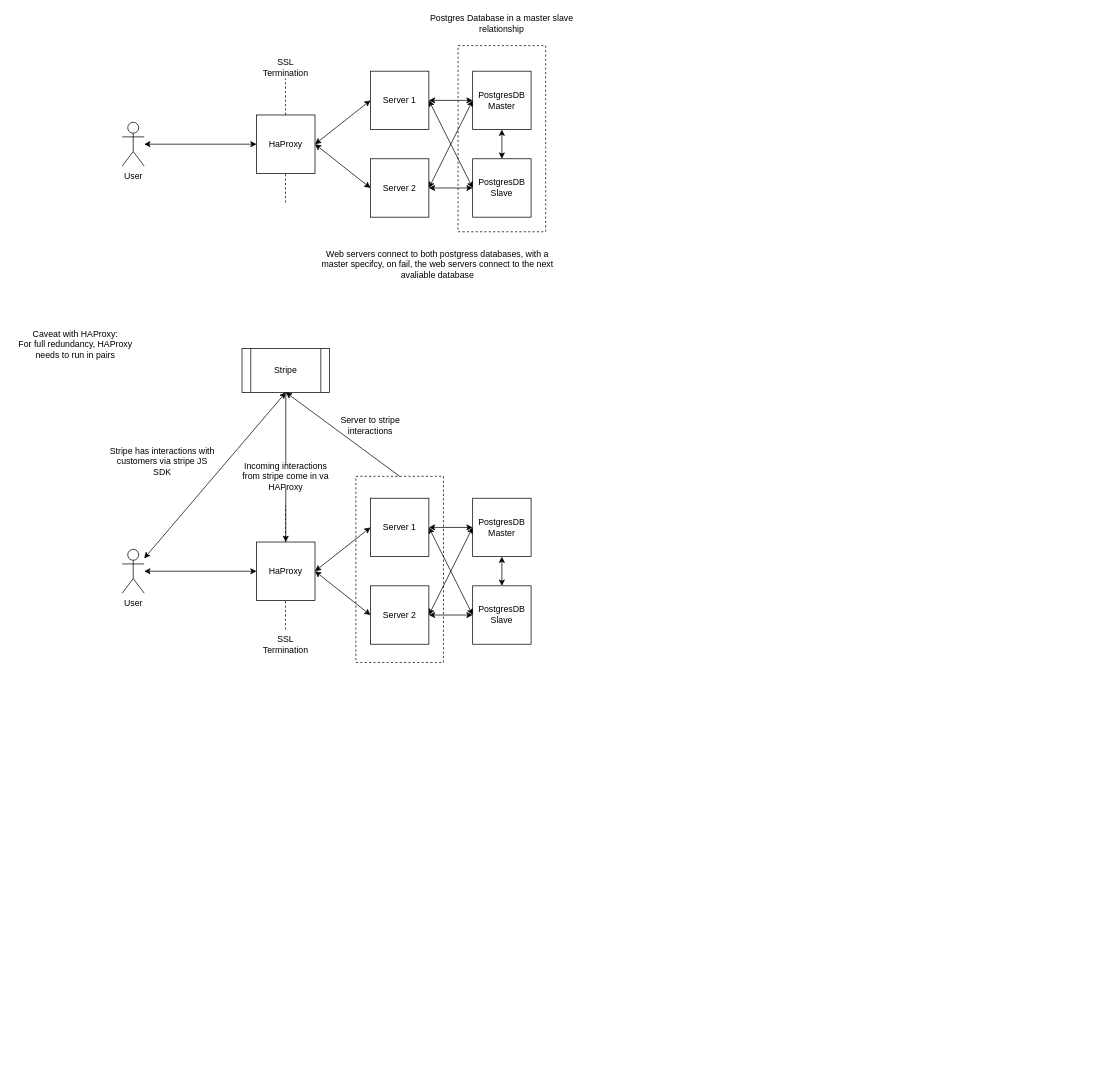
Before: non-app-related/diagrams/Drawio-diagrams.drawio in TidalCub/Alpaca-Cafe, a draw.io diagram. Source tidied: cells renumbered, new cells numbered last; positions are measured from the earlier drawing's top-left corner, leaving out a move shared by most shapes. Both pictures are drawn from the tidied source at 73%, with x=0, y=0 at pixel (12, 12).
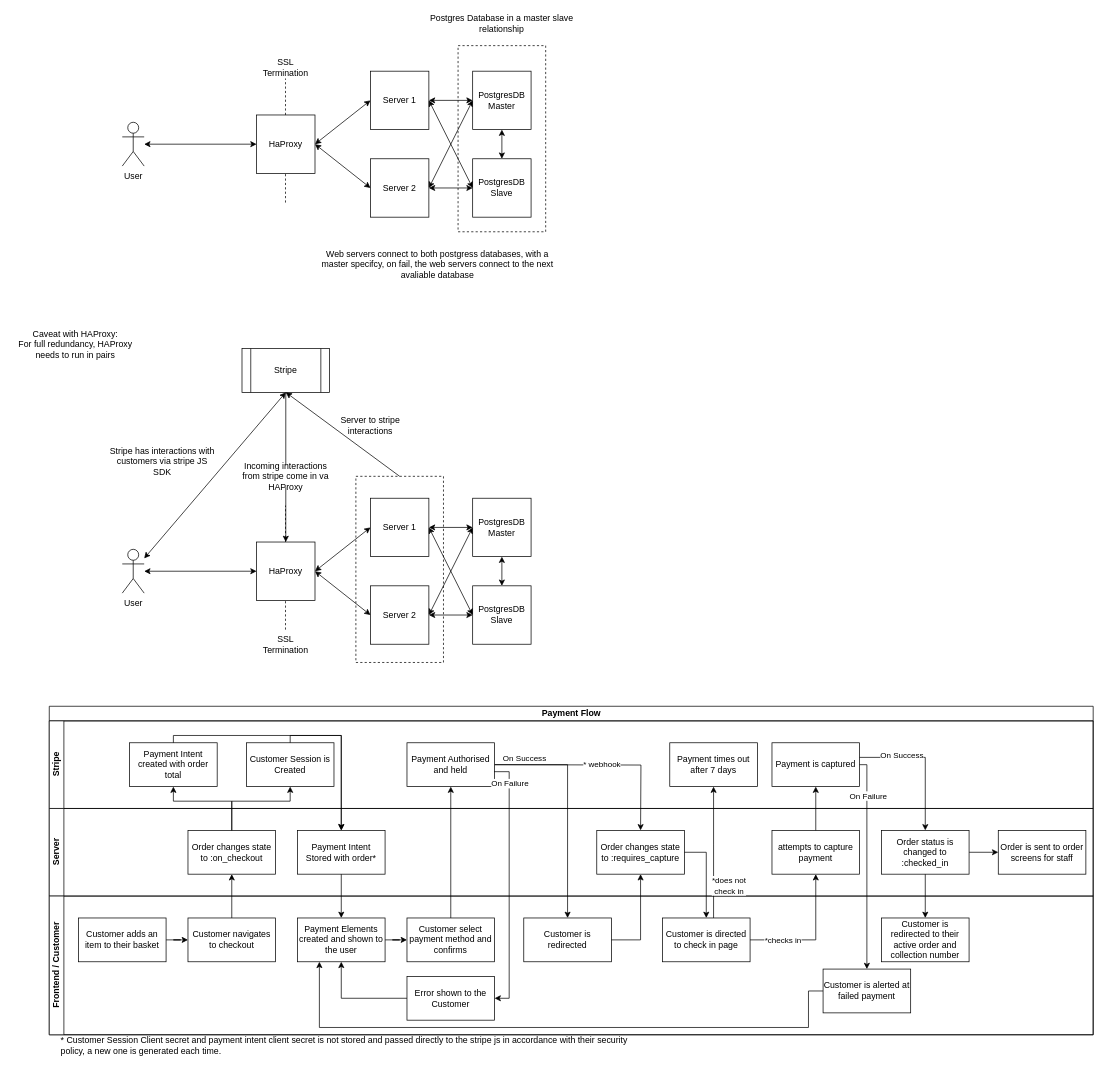
The same page after the edit.

The edit, as a diff of the source:
```diff
@@
+    <mxCell id="47" value="Payment Flow" style="swimlane;horizontal=1;startSize=20;html=1;" parent="1" vertex="1">
+      <mxGeometry x="50" y="950" width="1430" height="450" as="geometry" />
+    </mxCell>
+    <mxCell id="48" style="edgeStyle=orthogonalEdgeStyle;rounded=0;orthogonalLoop=1;jettySize=auto;html=1;entryX=0.5;entryY=0;entryDx=0;entryDy=0;" parent="47" edge="1">
+      <mxGeometry relative="1" as="geometry">
+        <mxPoint x="610" y="80" as="sourcePoint" />
+        <mxPoint x="810" y="170" as="targetPoint" />
+      </mxGeometry>
+    </mxCell>
+    <mxCell id="49" value="* webhook" style="edgeLabel;html=1;align=center;verticalAlign=middle;" parent="48" vertex="1">
+      <mxGeometry x="0.01" y="1" relative="1" as="geometry" />
+    </mxCell>
+    <mxCell id="50" value="Stripe" style="swimlane;startSize=20;horizontal=0;html=1;" parent="47" vertex="1">
+      <mxGeometry y="20" width="1430" height="120" as="geometry" />
+    </mxCell>
+    <mxCell id="51" value="Payment Intent created with order total" style="whiteSpace=wrap;html=1;rounded=0;" parent="50" vertex="1">
+      <mxGeometry x="110" y="30" width="120" height="60" as="geometry" />
+    </mxCell>
+    <mxCell id="52" value="Customer Session is Created" style="whiteSpace=wrap;html=1;rounded=0;" parent="50" vertex="1">
+      <mxGeometry x="270" y="30" width="120" height="60" as="geometry" />
+    </mxCell>
+    <mxCell id="53" value="Payment Authorised and held" style="whiteSpace=wrap;html=1;rounded=0;" parent="50" vertex="1">
+      <mxGeometry x="490" y="30" width="120" height="60" as="geometry" />
+    </mxCell>
+    <mxCell id="54" value="Payment times out after 7 days" style="rounded=0;whiteSpace=wrap;html=1;" parent="50" vertex="1">
+      <mxGeometry x="850" y="30" width="120" height="60" as="geometry" />
+    </mxCell>
+    <mxCell id="55" value="Payment is captured" style="whiteSpace=wrap;html=1;rounded=0;" parent="50" vertex="1">
+      <mxGeometry x="990" y="30" width="120" height="60" as="geometry" />
+    </mxCell>
+    <mxCell id="56" value="Server" style="swimlane;startSize=20;horizontal=0;html=1;" parent="47" vertex="1">
+      <mxGeometry y="140" width="1430" height="120" as="geometry" />
+    </mxCell>
+    <mxCell id="57" value="Order changes state to :on_checkout" style="rounded=0;whiteSpace=wrap;html=1;" parent="56" vertex="1">
+      <mxGeometry x="190" y="30" width="120" height="60" as="geometry" />
+    </mxCell>
+    <mxCell id="58" value="Payment Intent Stored with order*" style="rounded=0;whiteSpace=wrap;html=1;" parent="56" vertex="1">
+      <mxGeometry x="340" y="30" width="120" height="60" as="geometry" />
+    </mxCell>
+    <mxCell id="59" value="Order changes state to :requires_capture" style="rounded=0;whiteSpace=wrap;html=1;" parent="56" vertex="1">
+      <mxGeometry x="750" y="30" width="120" height="60" as="geometry" />
+    </mxCell>
+    <mxCell id="60" value="attempts to capture payment" style="whiteSpace=wrap;html=1;rounded=0;" parent="56" vertex="1">
+      <mxGeometry x="990" y="30" width="120" height="60" as="geometry" />
+    </mxCell>
+    <mxCell id="61" style="edgeStyle=orthogonalEdgeStyle;rounded=0;jettySize=auto;html=1;" parent="56" edge="1" source="62" target="63">
+      <mxGeometry relative="1" as="geometry" />
+    </mxCell>
+    <mxCell id="62" value="Order status is changed to :checked_in" style="whiteSpace=wrap;html=1;rounded=0;" parent="56" vertex="1">
+      <mxGeometry x="1140" y="30" width="120" height="60" as="geometry" />
+    </mxCell>
+    <mxCell id="63" value="Order is sent to order screens for staff" style="whiteSpace=wrap;html=1;rounded=0;" parent="56" vertex="1">
+      <mxGeometry x="1300" y="30" width="120" height="60" as="geometry" />
+    </mxCell>
+    <mxCell id="64" value="Frontend / Customer" style="swimlane;startSize=20;horizontal=0;html=1;" parent="47" vertex="1">
+      <mxGeometry y="260" width="1430" height="190" as="geometry" />
+    </mxCell>
+    <mxCell id="65" style="edgeStyle=orthogonalEdgeStyle;rounded=0;jettySize=auto;html=1;" parent="64" edge="1" source="66" target="67">
+      <mxGeometry relative="1" as="geometry" />
+    </mxCell>
+    <mxCell id="66" value="Customer adds an item to their basket" style="rounded=0;whiteSpace=wrap;html=1;" parent="64" vertex="1">
+      <mxGeometry x="40" y="30" width="120" height="60" as="geometry" />
+    </mxCell>
+    <mxCell id="67" value="Customer navigates to checkout" style="rounded=0;whiteSpace=wrap;html=1;" parent="64" vertex="1">
+      <mxGeometry x="190" y="30" width="120" height="60" as="geometry" />
+    </mxCell>
+    <mxCell id="68" style="edgeStyle=orthogonalEdgeStyle;rounded=0;jettySize=auto;html=1;entryX=0;entryY=0.5;entryDx=0;entryDy=0;" parent="64" edge="1" source="69" target="70">
+      <mxGeometry relative="1" as="geometry" />
+    </mxCell>
+    <mxCell id="69" value="Payment Elements created and shown to the user" style="rounded=0;whiteSpace=wrap;html=1;" parent="64" vertex="1">
+      <mxGeometry x="340" y="30" width="120" height="60" as="geometry" />
+    </mxCell>
+    <mxCell id="70" value="Customer select payment method and confirms" style="rounded=0;whiteSpace=wrap;html=1;" parent="64" vertex="1">
+      <mxGeometry x="490" y="30" width="120" height="60" as="geometry" />
+    </mxCell>
+    <mxCell id="71" value="Customer is redirected" style="rounded=0;whiteSpace=wrap;html=1;" parent="64" vertex="1">
+      <mxGeometry x="650" y="30" width="120" height="60" as="geometry" />
+    </mxCell>
+    <mxCell id="72" value="Customer is directed to check in page" style="rounded=0;whiteSpace=wrap;html=1;" parent="64" vertex="1">
+      <mxGeometry x="840" y="30" width="120" height="60" as="geometry" />
+    </mxCell>
+    <mxCell id="73" value="Customer is redirected to their active order and collection number" style="rounded=0;whiteSpace=wrap;html=1;" parent="64" vertex="1">
+      <mxGeometry x="1140" y="30" width="120" height="60" as="geometry" />
+    </mxCell>
+    <mxCell id="74" style="edgeStyle=orthogonalEdgeStyle;rounded=0;jettySize=auto;html=1;entryX=0.25;entryY=1;entryDx=0;entryDy=0;" parent="64" edge="1" source="75" target="69">
+      <mxGeometry relative="1" as="geometry">
+        <Array as="points">
+          <mxPoint x="1040" y="130" />
+          <mxPoint x="1040" y="180" />
+          <mxPoint x="370" y="180" />
+        </Array>
+      </mxGeometry>
+    </mxCell>
+    <mxCell id="75" value="Customer is alerted at failed payment" style="rounded=0;whiteSpace=wrap;html=1;" parent="64" vertex="1">
+      <mxGeometry x="1060" y="100" width="120" height="60" as="geometry" />
+    </mxCell>
+    <mxCell id="76" style="edgeStyle=orthogonalEdgeStyle;rounded=0;jettySize=auto;html=1;" parent="47" edge="1" source="67" target="57">
+      <mxGeometry relative="1" as="geometry" />
+    </mxCell>
+    <mxCell id="77" style="edgeStyle=orthogonalEdgeStyle;rounded=0;jettySize=auto;html=1;entryX=0.5;entryY=0;entryDx=0;entryDy=0;" parent="47" edge="1" source="58" target="69">
+      <mxGeometry relative="1" as="geometry" />
+    </mxCell>
+    <mxCell id="78" style="edgeStyle=orthogonalEdgeStyle;rounded=0;jettySize=auto;html=1;" parent="47" edge="1" source="51" target="58">
+      <mxGeometry relative="1" as="geometry">
+        <Array as="points">
+          <mxPoint x="170" y="40" />
+          <mxPoint x="400" y="40" />
+        </Array>
+      </mxGeometry>
+    </mxCell>
+    <mxCell id="79" style="edgeStyle=orthogonalEdgeStyle;rounded=0;jettySize=auto;html=1;entryX=0.5;entryY=0;entryDx=0;entryDy=0;" parent="47" edge="1" source="52" target="58">
+      <mxGeometry relative="1" as="geometry">
+        <Array as="points">
+          <mxPoint x="330" y="40" />
+          <mxPoint x="400" y="40" />
+        </Array>
+      </mxGeometry>
+    </mxCell>
+    <mxCell id="80" style="edgeStyle=orthogonalEdgeStyle;rounded=0;jettySize=auto;html=1;entryX=0.5;entryY=1;entryDx=0;entryDy=0;" parent="47" edge="1" source="57" target="51">
+      <mxGeometry relative="1" as="geometry">
+        <Array as="points">
+          <mxPoint x="250" y="130" />
+          <mxPoint x="170" y="130" />
+        </Array>
+      </mxGeometry>
+    </mxCell>
+    <mxCell id="81" style="edgeStyle=orthogonalEdgeStyle;rounded=0;jettySize=auto;html=1;entryX=0.5;entryY=1;entryDx=0;entryDy=0;" parent="47" edge="1" source="57" target="52">
+      <mxGeometry relative="1" as="geometry">
+        <Array as="points">
+          <mxPoint x="250" y="130" />
+          <mxPoint x="330" y="130" />
+        </Array>
+      </mxGeometry>
+    </mxCell>
+    <mxCell id="82" style="edgeStyle=orthogonalEdgeStyle;rounded=0;jettySize=auto;html=1;" parent="47" edge="1" source="70" target="53">
+      <mxGeometry relative="1" as="geometry" />
+    </mxCell>
+    <mxCell id="83" style="edgeStyle=orthogonalEdgeStyle;rounded=0;jettySize=auto;html=1;" parent="47" edge="1" source="53" target="71">
+      <mxGeometry relative="1" as="geometry" />
+    </mxCell>
+    <mxCell id="84" value="On Success" style="edgeLabel;html=1;align=center;verticalAlign=middle;" parent="83" vertex="1">
+      <mxGeometry x="-0.69" relative="1" as="geometry">
+        <mxPoint x="-8" y="-10" as="offset" />
+      </mxGeometry>
+    </mxCell>
+    <mxCell id="85" style="edgeStyle=orthogonalEdgeStyle;rounded=0;jettySize=auto;html=1;entryX=0.5;entryY=1;entryDx=0;entryDy=0;" parent="47" edge="1" source="71" target="59">
+      <mxGeometry relative="1" as="geometry">
+        <Array as="points">
+          <mxPoint x="810" y="320" />
+        </Array>
+      </mxGeometry>
+    </mxCell>
+    <mxCell id="86" style="edgeStyle=orthogonalEdgeStyle;rounded=0;jettySize=auto;html=1;entryX=0.5;entryY=0;entryDx=0;entryDy=0;" parent="47" edge="1" source="59" target="72">
+      <mxGeometry relative="1" as="geometry">
+        <Array as="points">
+          <mxPoint x="900" y="200" />
+        </Array>
+      </mxGeometry>
+    </mxCell>
+    <mxCell id="87" style="edgeStyle=orthogonalEdgeStyle;rounded=0;jettySize=auto;html=1;" parent="47" edge="1" source="72" target="60">
+      <mxGeometry relative="1" as="geometry" />
+    </mxCell>
+    <mxCell id="88" value="*checks in" style="edgeLabel;html=1;align=center;verticalAlign=middle;" parent="87" vertex="1">
+      <mxGeometry x="-0.51" relative="1" as="geometry" />
+    </mxCell>
+    <mxCell id="89" style="edgeStyle=orthogonalEdgeStyle;rounded=0;jettySize=auto;html=1;entryX=0.5;entryY=1;entryDx=0;entryDy=0;" parent="47" edge="1" source="72" target="54">
+      <mxGeometry relative="1" as="geometry">
+        <Array as="points">
+          <mxPoint x="910" y="190" />
+          <mxPoint x="910" y="190" />
+        </Array>
+      </mxGeometry>
+    </mxCell>
+    <mxCell id="90" value="*does not&lt;div&gt;check in&lt;/div&gt;" style="edgeLabel;html=1;align=center;verticalAlign=middle;" parent="89" vertex="1">
+      <mxGeometry x="-0.5" y="-2" relative="1" as="geometry">
+        <mxPoint x="18" as="offset" />
+      </mxGeometry>
+    </mxCell>
+    <mxCell id="91" style="edgeStyle=orthogonalEdgeStyle;rounded=0;jettySize=auto;html=1;" parent="47" edge="1" source="60" target="55">
+      <mxGeometry relative="1" as="geometry" />
+    </mxCell>
+    <mxCell id="92" style="edgeStyle=orthogonalEdgeStyle;rounded=0;jettySize=auto;html=1;entryX=0.5;entryY=0;entryDx=0;entryDy=0;" parent="47" edge="1" source="55" target="62">
+      <mxGeometry relative="1" as="geometry">
+        <Array as="points">
+          <mxPoint x="1200" y="70" />
+        </Array>
+      </mxGeometry>
+    </mxCell>
+    <mxCell id="93" value="On Success" style="edgeLabel;html=1;align=center;verticalAlign=middle;" parent="92" vertex="1">
+      <mxGeometry x="-0.4" y="3" relative="1" as="geometry" />
+    </mxCell>
+    <mxCell id="94" style="edgeStyle=orthogonalEdgeStyle;rounded=0;jettySize=auto;html=1;entryX=0.5;entryY=0;entryDx=0;entryDy=0;" parent="47" edge="1" source="62" target="73">
+      <mxGeometry relative="1" as="geometry" />
+    </mxCell>
+    <mxCell id="95" style="edgeStyle=orthogonalEdgeStyle;rounded=0;jettySize=auto;html=1;entryX=0.5;entryY=0;entryDx=0;entryDy=0;" parent="47" edge="1" source="55" target="75">
+      <mxGeometry relative="1" as="geometry">
+        <Array as="points">
+          <mxPoint x="1120" y="80" />
+          <mxPoint x="1120" y="360" />
+        </Array>
+      </mxGeometry>
+    </mxCell>
+    <mxCell id="96" value="On Failure" style="edgeLabel;html=1;align=center;verticalAlign=middle;" parent="95" vertex="1">
+      <mxGeometry x="-0.64" y="1" relative="1" as="geometry" />
+    </mxCell>
+    <mxCell id="97" style="edgeStyle=orthogonalEdgeStyle;rounded=0;jettySize=auto;html=1;entryX=0.5;entryY=1;entryDx=0;entryDy=0;" parent="1" edge="1" source="98" target="69">
+      <mxGeometry relative="1" as="geometry" />
+    </mxCell>
+    <mxCell id="98" value="Error shown to the Customer" style="rounded=0;whiteSpace=wrap;html=1;" parent="1" vertex="1">
+      <mxGeometry x="540" y="1320" width="120" height="60" as="geometry" />
+    </mxCell>
+    <mxCell id="99" style="edgeStyle=orthogonalEdgeStyle;rounded=0;jettySize=auto;html=1;entryX=1;entryY=0.5;entryDx=0;entryDy=0;exitX=0.994;exitY=0.66;exitDx=0;exitDy=0;exitPerimeter=0;" parent="1" edge="1" source="53" target="98">
+      <mxGeometry relative="1" as="geometry">
+        <Array as="points">
+          <mxPoint x="680" y="1040" />
+          <mxPoint x="680" y="1350" />
+        </Array>
+      </mxGeometry>
+    </mxCell>
+    <mxCell id="100" value="On Failure" style="edgeLabel;html=1;align=center;verticalAlign=middle;" parent="99" vertex="1">
+      <mxGeometry x="-0.79" relative="1" as="geometry" />
+    </mxCell>
+    <mxCell id="101" value="* Customer Session Client secret and payment intent client secret is not stored and passed directly to the stripe js in accordance with their security policy, a new one is generated each time." style="text;html=1;align=left;verticalAlign=middle;whiteSpace=wrap;rounded=0;" parent="1" vertex="1">
+      <mxGeometry x="64" y="1400" width="786" height="30" as="geometry" />
+    </mxCell>
```
